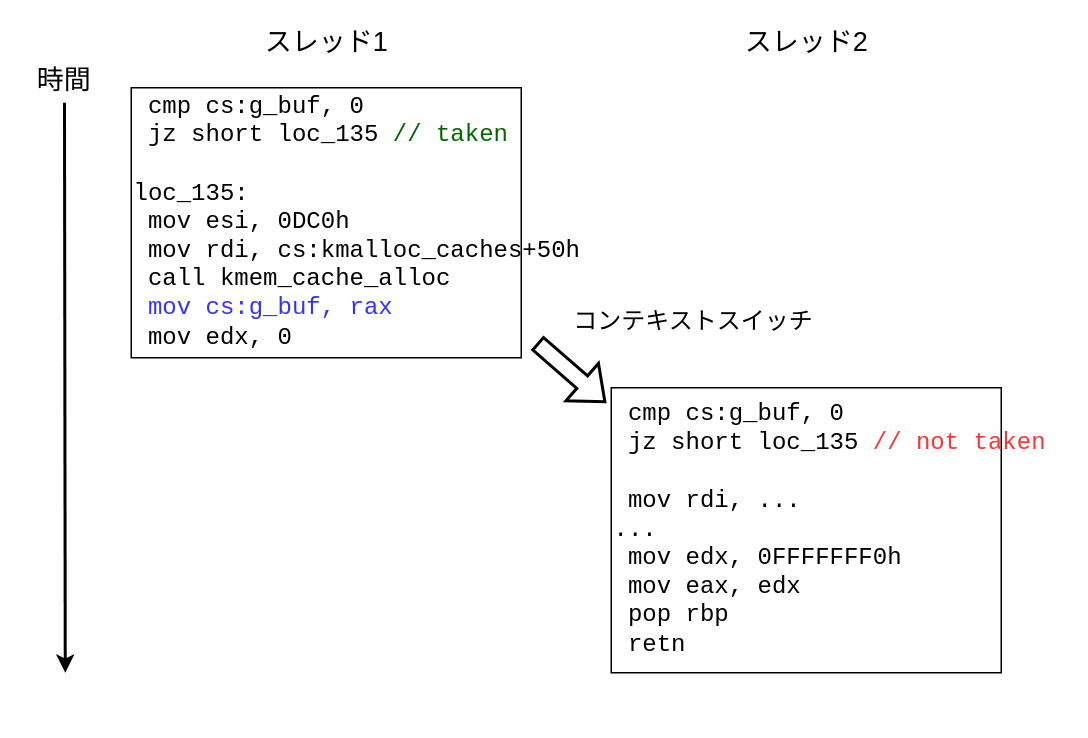
Before: website/source/linux-kernel/LK01/img/race1.drawio in ptr-yudai/pawnyable, a draw.io diagram. Source tidied: cells renumbered, new cells numbered last; positions are measured from the earlier drawing's top-left corner, leaving out a move shared by most shapes. Both pictures are drawn from the tidied source at 150%, with x=0, y=0 at pixel (26, 27).
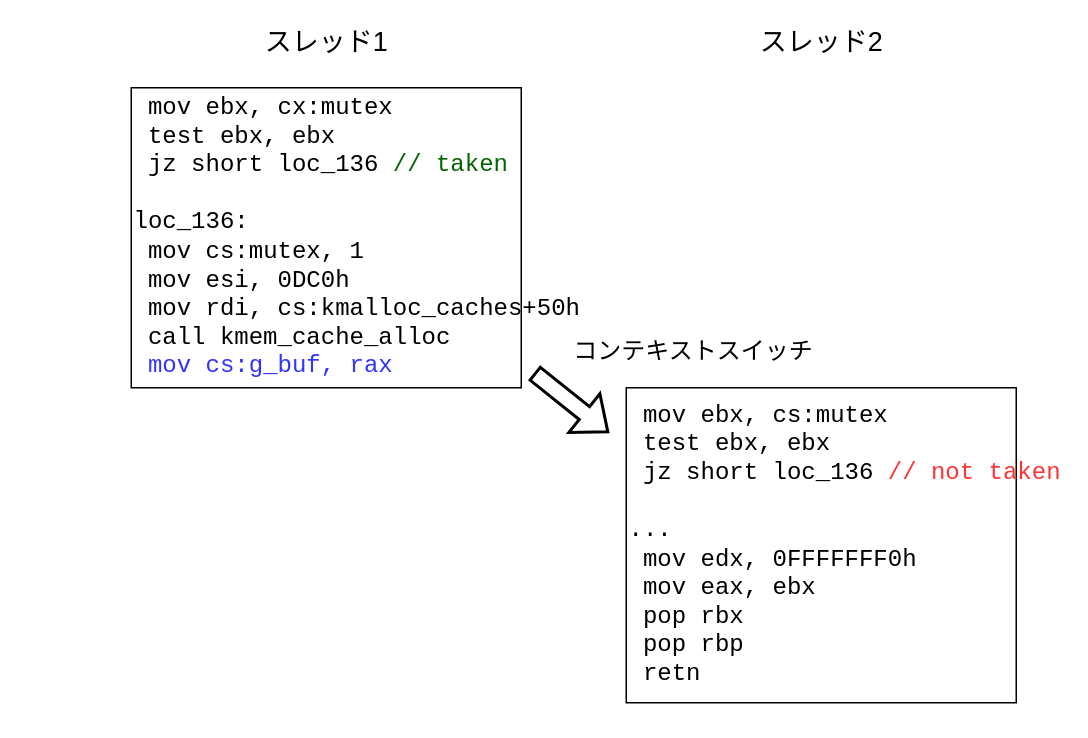
Above is the later version.

Commit message (it also covers changes not shown here):
Race Conditionを追加

The edit, as a diff of the source:
```diff
@@
 <mxGraphModel>
   <root>
     <mxCell id="0" />
     <mxCell id="1" parent="0" />
     <mxCell id="2" value="&lt;font style=&quot;font-size: 18px&quot;&gt;スレッド1&lt;/font&gt;" style="text;html=1;align=center;verticalAlign=middle;strokeColor=none;fillColor=none;" parent="1" vertex="1">
       <mxGeometry x="150" width="100" height="20" as="geometry" />
     </mxCell>
     <mxCell id="3" value="&lt;font style=&quot;font-size: 18px&quot;&gt;スレッド2&lt;/font&gt;" style="text;html=1;align=center;verticalAlign=middle;strokeColor=none;fillColor=none;" parent="1" vertex="1">
-      <mxGeometry x="470" width="100" height="20" as="geometry" />
+      <mxGeometry x="480" width="100" height="20" as="geometry" />
     </mxCell>
-    <mxCell id="4" style="endArrow=classic;html=1;rounded=0;fontSize=18;strokeWidth=2;" parent="1" edge="1">
-      <mxGeometry relative="1" as="geometry">
-        <mxPoint x="25.5" y="50" as="sourcePoint" />
-        <mxPoint x="26" y="430" as="targetPoint" />
-      </mxGeometry>
-    </mxCell>
-    <mxCell id="5" value="時間" style="text;html=1;align=center;verticalAlign=middle;strokeColor=none;fillColor=none;fontSize=18;" parent="1" vertex="1">
-      <mxGeometry y="20" width="50" height="30" as="geometry" />
-    </mxCell>
-    <mxCell id="6" value="&lt;div style=&quot;font-size: 16px&quot; align=&quot;left&quot;&gt;&lt;pre&gt;&lt;font style=&quot;font-size: 16px&quot;&gt; cmp cs:g_buf, 0&lt;br&gt; jz &lt;/font&gt;&lt;font style=&quot;font-size: 16px&quot;&gt;short loc_135 &lt;font color=&quot;#006600&quot;&gt;// taken&lt;/font&gt;&lt;br&gt;&lt;br&gt;loc_135:&lt;br&gt; mov esi, 0DC0h&lt;br&gt; mov rdi, cs:kmalloc_caches+50h&lt;br&gt; call kmem_cache_alloc&lt;br&gt;&lt;font color=&quot;#3333FF&quot;&gt; mov cs:g_buf, rax&lt;/font&gt;&lt;br&gt; mov edx, 0&lt;br&gt;&lt;/font&gt;&lt;/pre&gt;&lt;/div&gt;" style="rounded=0;whiteSpace=wrap;html=1;fontSize=18;align=left;" parent="1" vertex="1">
-      <mxGeometry x="70" y="40" width="260" height="180" as="geometry" />
+    <mxCell id="6" value="&lt;div style=&quot;font-size: 16px&quot; align=&quot;left&quot;&gt;&lt;pre&gt;&lt;font style=&quot;font-size: 16px&quot;&gt; mov ebx, cx:mutex&lt;br&gt; test ebx, ebx&lt;br&gt; jz &lt;/font&gt;&lt;font style=&quot;font-size: 16px&quot;&gt;short loc_136 &lt;font color=&quot;#006600&quot;&gt;// taken&lt;/font&gt;&lt;br&gt;&lt;br&gt;loc_136:&lt;br&gt;&lt;font color=&quot;#3333FF&quot;&gt; &lt;font color=&quot;#000000&quot;&gt;mov cs:mutex, 1&lt;/font&gt;&lt;/font&gt;&lt;br&gt; mov esi, 0DC0h&lt;br&gt; mov rdi, cs:kmalloc_caches+50h&lt;br&gt; call kmem_cache_alloc&lt;br&gt; &lt;font color=&quot;#3333FF&quot;&gt;mov cs:g_buf, rax&lt;/font&gt;&lt;br&gt;&lt;/font&gt;&lt;/pre&gt;&lt;/div&gt;" style="rounded=0;whiteSpace=wrap;html=1;fontSize=18;align=left;" parent="1" vertex="1">
+      <mxGeometry x="70" y="40" width="260" height="200" as="geometry" />
     </mxCell>
-    <mxCell id="7" value="&lt;div style=&quot;font-size: 16px&quot; align=&quot;left&quot;&gt;&lt;pre&gt;&lt;font style=&quot;font-size: 16px&quot;&gt; cmp cs:g_buf, 0&lt;br&gt; jz &lt;/font&gt;&lt;font style=&quot;font-size: 16px&quot;&gt;short loc_135 &lt;font color=&quot;#FF3333&quot;&gt;// not taken&lt;/font&gt;&lt;br&gt;&lt;br&gt; mov rdi, ...&lt;br&gt;...&lt;br&gt; mov edx, 0FFFFFFF0h&lt;br&gt; mov eax, edx&lt;br&gt; pop rbp&lt;br&gt; retn&lt;br&gt;&lt;/font&gt;&lt;/pre&gt;&lt;/div&gt;" style="rounded=0;whiteSpace=wrap;html=1;fontSize=18;align=left;" parent="1" vertex="1">
-      <mxGeometry x="390" y="240" width="260" height="190" as="geometry" />
+    <mxCell id="7" value="&lt;div style=&quot;font-size: 16px&quot; align=&quot;left&quot;&gt;&lt;pre&gt;&lt;font style=&quot;font-size: 16px&quot;&gt; mov ebx, cs:mutex&lt;br&gt; test ebx, ebx&lt;br&gt; jz &lt;/font&gt;&lt;font style=&quot;font-size: 16px&quot;&gt;short loc_136 &lt;font color=&quot;#FF3333&quot;&gt;// not taken&lt;/font&gt;&lt;br&gt;&lt;br&gt;...&lt;br&gt; mov edx, 0FFFFFFF0h&lt;br&gt; mov eax, ebx&lt;br&gt; pop rbx&lt;br&gt; pop rbp&lt;br&gt; retn&lt;br&gt;&lt;/font&gt;&lt;/pre&gt;&lt;/div&gt;" style="rounded=0;whiteSpace=wrap;html=1;fontSize=18;align=left;" parent="1" vertex="1">
+      <mxGeometry x="400" y="240" width="260" height="210" as="geometry" />
     </mxCell>
-    <mxCell id="8" style="shape=flexArrow;endArrow=classic;html=1;rounded=0;fontSize=16;fontColor=#3333FF;strokeWidth=2;curved=1;" parent="1" edge="1">
-      <mxGeometry relative="1" as="geometry">
-        <mxPoint x="340.5" y="210" as="sourcePoint" />
-        <mxPoint x="386.5" y="250" as="targetPoint" />
-      </mxGeometry>
-    </mxCell>
     <mxCell id="9" value="コンテキストスイッチ" style="text;html=1;strokeColor=none;fillColor=none;align=center;verticalAlign=middle;whiteSpace=wrap;rounded=0;fontSize=16;fontColor=#000000;" parent="1" vertex="1">
-      <mxGeometry x="350" y="180" width="190" height="30" as="geometry" />
+      <mxGeometry x="350" y="200" width="190" height="30" as="geometry" />
     </mxCell>
+    <mxCell id="10" style="shape=flexArrow;endArrow=classic;html=1;rounded=0;fontSize=16;fontColor=#000000;strokeWidth=2;curved=1;" parent="1" edge="1">
+      <mxGeometry relative="1" as="geometry">
+        <mxPoint x="338.5" y="230" as="sourcePoint" />
+        <mxPoint x="388.5" y="270" as="targetPoint" />
+      </mxGeometry>
+    </mxCell>
   </root>
 </mxGraphModel>
```
